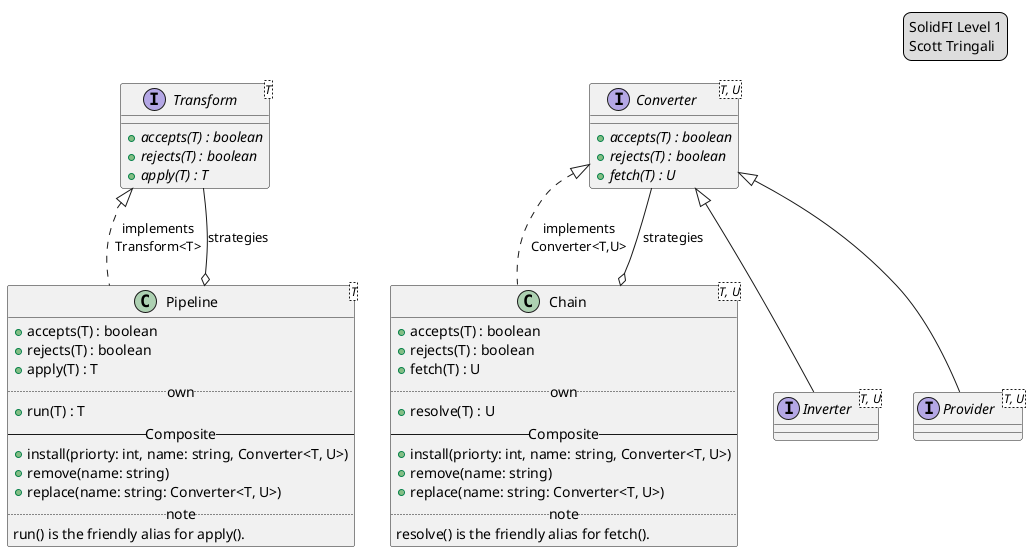
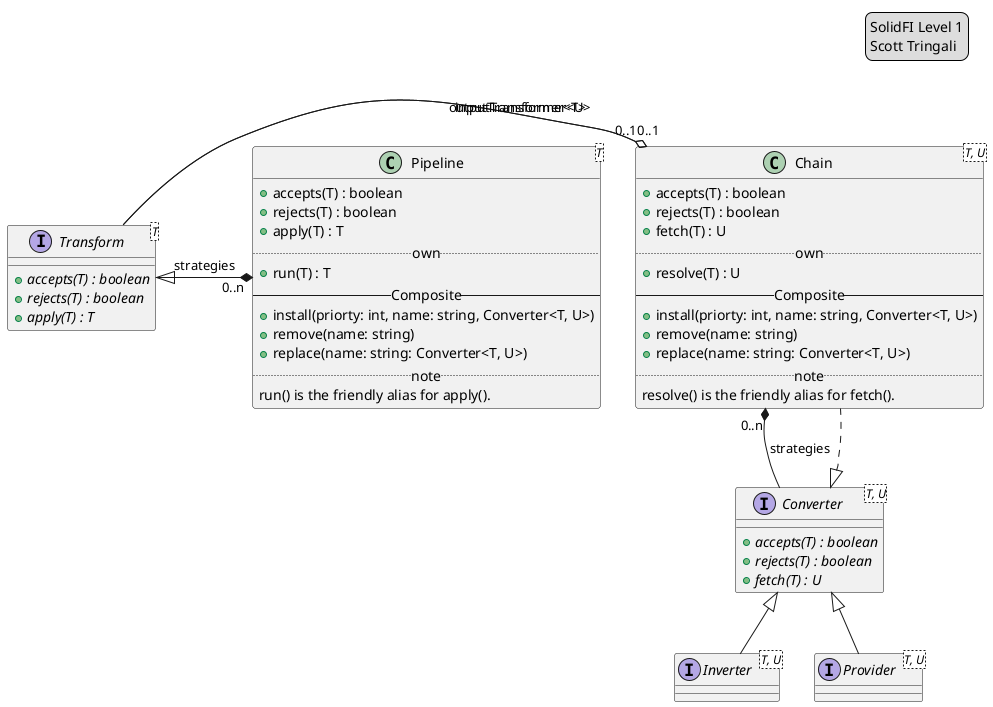
@startuml SolidFI_Level1

legend top right
  SolidFI Level 1
  Scott Tringali
end legend

' !include L0.puml

top to bottom direction

together {
  interface Inverter<T, U> {}
  interface Provider<T, U> {}
}

together {
  interface Converter<T, U> {
    + {abstract} accepts(T) : boolean
    + {abstract} rejects(T) : boolean
    + {abstract} fetch(T) : U
  }

  interface Transform<T> {
    + {abstract} accepts(T) : boolean
    + {abstract} rejects(T) : boolean
    + {abstract} apply(T) : T
  }

  class Chain<T, U> {
    + accepts(T) : boolean
    + rejects(T) : boolean
    + fetch(T) : U
    .. own ..
    + resolve(T) : U
    -- Composite --
    + install(priorty: int, name: string, Converter<T, U>)
    + remove(name: string)
    + replace(name: string: Converter<T, U>)
    .. note ..
    resolve() is the friendly alias for fetch().
  }

+   ' Generally does not own transforms
+   Chain "0..1" o--left-- Transform : "inputTransformer<T>"
+   Chain "0..1" o--left-- Transform : "outputTransformer<U>"
+ 
  class Pipeline<T> {
    + accepts(T) : boolean
    + rejects(T) : boolean
    + apply(T) : T
    .. own ..
    + run(T) : T
    -- Composite --
    + install(priorty: int, name: string, Converter<T, U>)
    + remove(name: string)
    + replace(name: string: Converter<T, U>)
    .. note ..
    run() is the friendly alias for apply().
  }
}

- Converter <|.. Chain : "implements\nConverter<T,U>"
- Transform <|.. Pipeline : "implements\nTransform<T>"
+ Converter <|.. Chain
+ Transform <|.. Pipeline

Converter <|-- Inverter
Converter <|-- Provider

- Converter --o Chain : strategies
- Transform --o Pipeline : strategies
+ ' Generally owns strategies, but doesn't have to
+ Chain "0..n" *-- Converter : strategies
+ Pipeline "0..n" *-- Transform : strategies

@enduml